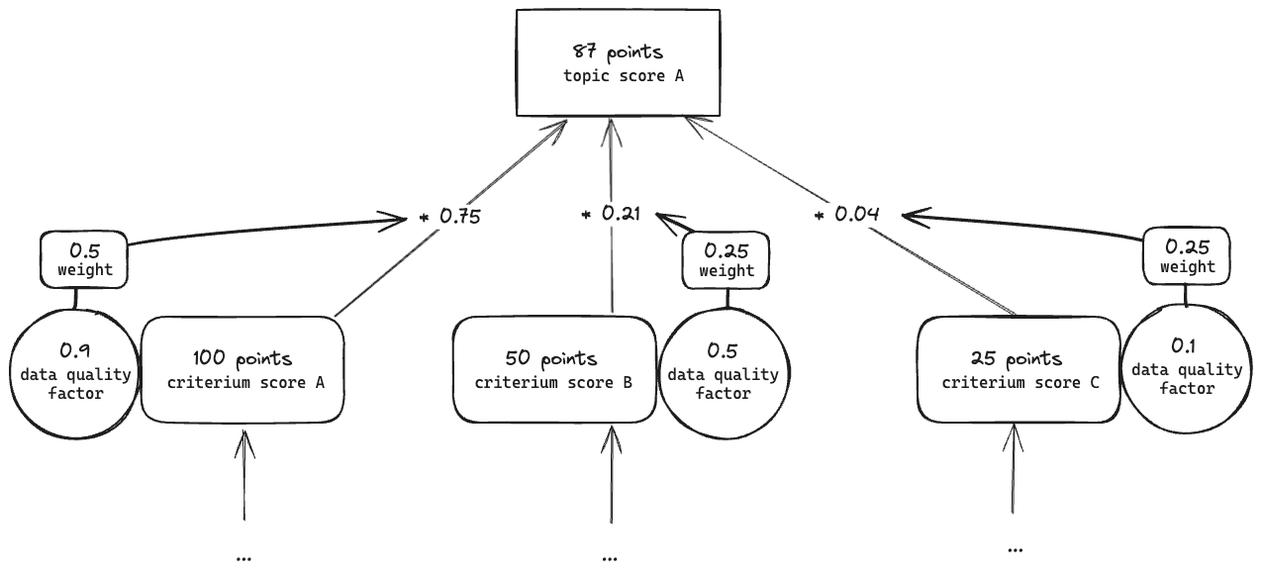
Above: docs/_assets/diagrams/data-quality-factor.excalidraw.png in sozialhelden/a11yscore (Excalidraw), before the change. Source tidied: one line per element, renumbered; positions are measured from the earlier drawing's top-left corner, leaving out a move shared by most shapes.
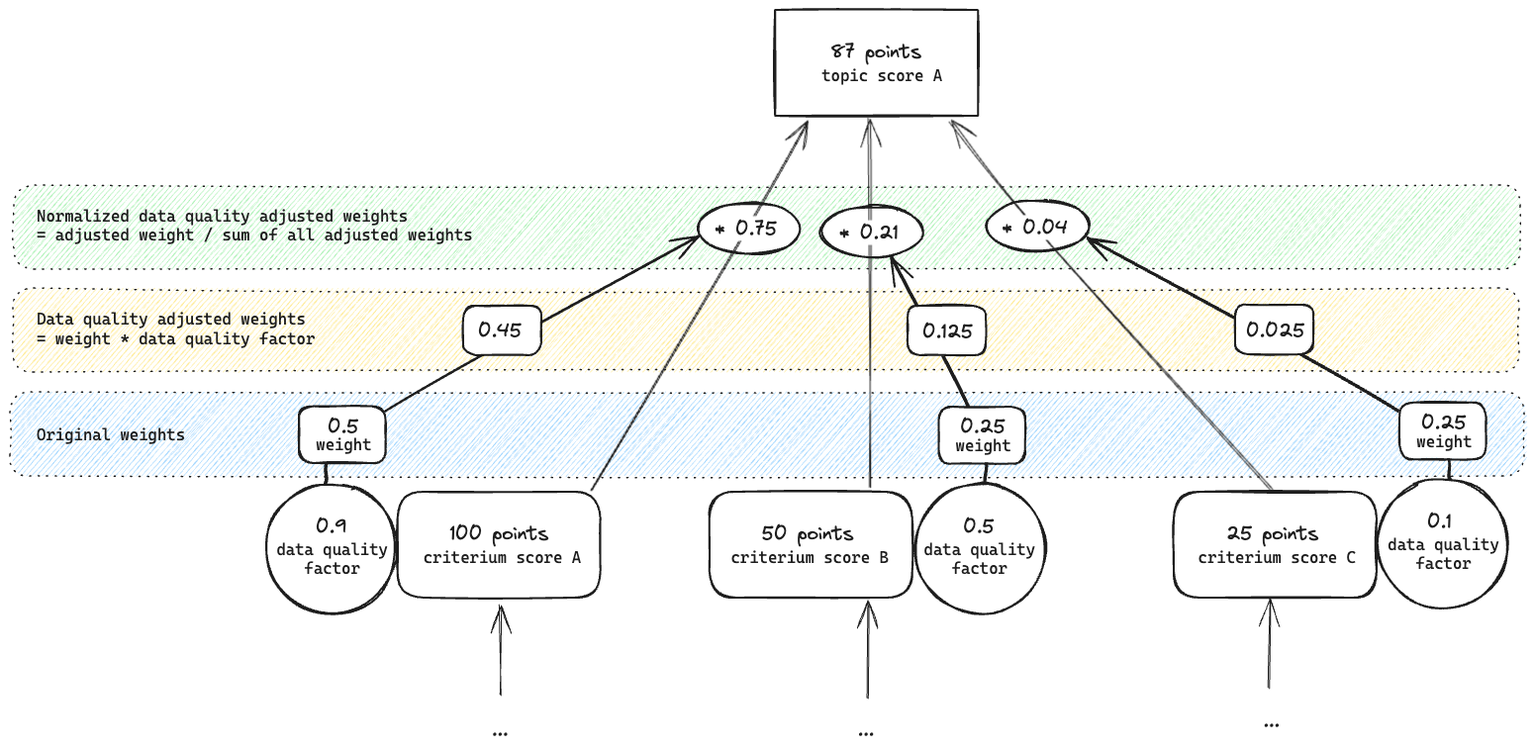
Later version of the same file.

Commit message:
docs: add data quality criterion

Diff of the diagram source:
```diff
@@ -1,3 +1,9 @@
+{"id": 45, "type": "rectangle", "strokeColor": "#1e1e1e", "backgroundColor": "#b2f2bb", "fillStyle": "hachure", "strokeWidth": 1, "strokeStyle": "dotted", "roughness": 1, "round": true, "x": -255, "y": 0, "width": 1522, "height": 85}
+{"id": 46, "type": "rectangle", "strokeColor": "#1e1e1e", "backgroundColor": "#a5d8ff", "fillStyle": "hachure", "strokeWidth": 1, "strokeStyle": "dotted", "roughness": 1, "round": true, "x": -259, "y": 209, "width": 1530, "height": 85}
+{"id": 47, "type": "rectangle", "strokeColor": "#1e1e1e", "backgroundColor": "#ffec99", "fillStyle": "hachure", "strokeWidth": 1, "strokeStyle": "dotted", "roughness": 1, "round": true, "x": -256, "y": 104, "width": 1522, "height": 85}
+{"id": 48, "type": "ellipse", "strokeColor": "#1e1e1e", "backgroundColor": "#ffffff", "fillStyle": "solid", "strokeWidth": 2, "roughness": 1, "round": true, "x": 728, "y": 15, "width": 104, "height": 52}
+{"id": 49, "type": "ellipse", "strokeColor": "#1e1e1e", "backgroundColor": "#ffffff", "fillStyle": "solid", "strokeWidth": 2, "roughness": 1, "round": true, "x": 560, "y": 21, "width": 104, "height": 52}
+{"id": 50, "type": "ellipse", "strokeColor": "#1e1e1e", "backgroundColor": "#ffffff", "fillStyle": "solid", "strokeWidth": 2, "roughness": 1, "round": true, "x": 436, "y": 18, "width": 104, "height": 52}
 {"id": 0, "type": "rectangle", "strokeColor": "#1e1e1e", "strokeWidth": 2, "roughness": 1, "round": true, "x": 133, "y": 310, "width": 205, "height": 107}
 {"id": 1, "type": "text", "text": "100 points", "strokeColor": "#1e1e1e", "strokeWidth": 2, "roughness": 1, "fontSize": 20, "fontFamily": 1, "x": 186, "y": 340, "width": 100, "height": 25}
 {"id": 2, "type": "text", "text": "criterium score A", "strokeColor": "#1e1e1e", "strokeWidth": 2, "roughness": 1, "fontSize": 16, "fontFamily": 3, "x": 159, "y": 366, "width": 159, "height": 19}
@@ -7,14 +13,14 @@
 {"id": 6, "type": "rectangle", "strokeColor": "#1e1e1e", "strokeWidth": 2, "roughness": 1, "round": true, "x": 917, "y": 310, "width": 205, "height": 107}
 {"id": 7, "type": "text", "text": "25 points", "strokeColor": "#1e1e1e", "strokeWidth": 2, "roughness": 1, "fontSize": 20, "fontFamily": 1, "x": 970, "y": 340, "width": 93, "height": 25}
 {"id": 8, "type": "text", "text": "criterium score C", "strokeColor": "#1e1e1e", "strokeWidth": 2, "roughness": 1, "fontSize": 16, "fontFamily": 3, "x": 942, "y": 366, "width": 159, "height": 19}
-{"id": 9, "type": "rectangle", "strokeColor": "#1e1e1e", "strokeWidth": 2, "roughness": 1, "x": 512, "y": 0, "width": 205, "height": 107}
+{"id": 9, "type": "rectangle", "strokeColor": "#1e1e1e", "strokeWidth": 2, "roughness": 1, "x": 514, "y": -177, "width": 205, "height": 107}
-{"id": 10, "type": "text", "text": "87 points", "strokeColor": "#1e1e1e", "strokeWidth": 2, "roughness": 1, "fontSize": 20, "fontFamily": 1, "x": 567, "y": 30, "width": 93, "height": 25}
+{"id": 10, "type": "text", "text": "87 points", "strokeColor": "#1e1e1e", "strokeWidth": 2, "roughness": 1, "fontSize": 20, "fontFamily": 1, "x": 569, "y": -147, "width": 93, "height": 25}
-{"id": 11, "type": "text", "text": "topic score A", "strokeColor": "#1e1e1e", "strokeWidth": 2, "roughness": 1, "fontSize": 16, "fontFamily": 3, "x": 559, "y": 56, "width": 122, "height": 19}
+{"id": 11, "type": "text", "text": "topic score A", "strokeColor": "#1e1e1e", "strokeWidth": 2, "roughness": 1, "fontSize": 16, "fontFamily": 3, "x": 561, "y": -120, "width": 122, "height": 19}
-{"id": 12, "type": "arrow", "strokeColor": "#1e1e1e", "strokeWidth": 1, "roughness": 1, "endArrowhead": "arrow", "round": true, "from": 34, "to": 9, "x": 327, "y": 308, "width": 236, "height": 197, "points": [[0, 0], [236, -197]]}
+{"id": 12, "type": "arrow", "strokeColor": "#1e1e1e", "strokeWidth": 1, "roughness": 1, "endArrowhead": "arrow", "round": true, "from": 0, "to": 9, "x": 327, "y": 307, "width": 219, "height": 372, "points": [[0, 0], [158, -263], [219, -372]]}
-{"id": 13, "type": "text", "text": "* 0.75", "strokeColor": "#1e1e1e", "strokeWidth": 1, "roughness": 1, "fontSize": 20, "fontFamily": 1, "textAlign": "center", "verticalAlign": "middle", "inside": 12, "x": 414, "y": 197, "width": 63, "height": 25}
+{"id": 13, "type": "text", "text": "* 0.75", "strokeColor": "#1e1e1e", "strokeWidth": 1, "roughness": 1, "fontSize": 20, "fontFamily": 1, "textAlign": "center", "verticalAlign": "middle", "inside": 12, "x": 454, "y": 32, "width": 63, "height": 25}
-{"id": 14, "type": "arrow", "strokeColor": "#1e1e1e", "strokeWidth": 1, "roughness": 1, "endArrowhead": "arrow", "round": true, "from": 3, "to": 9, "x": 608, "y": 304, "width": 2, "height": 195, "points": [[0, 0], [-2, -195]]}
+{"id": 14, "type": "arrow", "strokeColor": "#1e1e1e", "strokeWidth": 1, "roughness": 1, "endArrowhead": "arrow", "round": true, "from": 3, "to": 9, "x": 609, "y": 304, "width": 1, "height": 372, "points": [[0, 0], [0, -256], [-1, -372]]}
 {"id": 15, "type": "text", "text": "* 0.21", "strokeColor": "#1e1e1e", "strokeWidth": 1, "roughness": 1, "fontSize": 20, "fontFamily": 1, "textAlign": "center", "verticalAlign": "middle", "inside": 14, "x": 577, "y": 194, "width": 59, "height": 25}
-{"id": 16, "type": "arrow", "strokeColor": "#1e1e1e", "strokeWidth": 1, "roughness": 1, "endArrowhead": "arrow", "round": true, "from": 6, "x": 1013, "y": 309, "width": 335, "height": 203, "points": [[0, 0], [-335, -203]]}
+{"id": 16, "type": "arrow", "strokeColor": "#1e1e1e", "strokeWidth": 1, "roughness": 1, "endArrowhead": "arrow", "round": true, "from": 6, "to": 9, "x": 1014, "y": 309, "width": 325, "height": 374, "points": [[0, 0], [-237, -266], [-325, -374]]}
 {"id": 17, "type": "text", "text": "* 0.04", "strokeColor": "#1e1e1e", "strokeWidth": 1, "roughness": 1, "fontSize": 20, "fontFamily": 1, "textAlign": "center", "verticalAlign": "middle", "inside": 16, "x": 813, "y": 195, "width": 66, "height": 25}
 {"id": 18, "type": "arrow", "strokeColor": "#1e1e1e", "strokeWidth": 1, "roughness": 1, "endArrowhead": "arrow", "round": true, "to": 0, "x": 236, "y": 516, "width": 0, "height": 91, "points": [[0, 0], [0, -91]]}
 {"id": 19, "type": "arrow", "strokeColor": "#1e1e1e", "strokeWidth": 1, "roughness": 1, "endArrowhead": "arrow", "round": true, "to": 3, "x": 608, "y": 518, "width": 2, "height": 97, "points": [[0, 0], [2, -97]]}
@@ -31,15 +37,24 @@
 {"id": 30, "type": "text", "text": "0.1", "strokeColor": "#1e1e1e", "strokeWidth": 2, "roughness": 1, "fontSize": 20, "fontFamily": 1, "x": 1173, "y": 328, "width": 25, "height": 25}
 {"id": 31, "type": "text", "text": "data quality\nfactor", "strokeColor": "#1e1e1e", "strokeWidth": 2, "roughness": 1, "fontSize": 16, "fontFamily": 3, "textAlign": "center", "x": 1133, "y": 354, "width": 112, "height": 38}
 {"id": 32, "type": "ellipse", "strokeColor": "#1e1e1e", "strokeWidth": 2, "roughness": 1, "round": true, "x": 1123, "y": 297, "width": 132, "height": 132}
-{"id": 33, "type": "arrow", "strokeColor": "#1e1e1e", "backgroundColor": "#ffffff", "fillStyle": "solid", "strokeWidth": 2, "roughness": 1, "endArrowhead": "arrow", "round": true, "x": 66, "y": 302, "width": 335, "height": 91, "points": [[0, 0], [44, -61], [335, -91]]}
+{"id": 33, "type": "arrow", "strokeColor": "#1e1e1e", "backgroundColor": "#ffffff", "fillStyle": "solid", "strokeWidth": 2, "roughness": 1, "endArrowhead": "arrow", "round": true, "from": 25, "to": 50, "x": 61, "y": 301, "width": 377, "height": 250, "points": [[0, 0], [44, -61], [377, -250]]}
-{"id": 34, "type": "rectangle", "strokeColor": "#1e1e1e", "backgroundColor": "#ffffff", "fillStyle": "solid", "strokeWidth": 2, "roughness": 1, "round": true, "x": 31, "y": 224, "width": 87, "height": 58}
+{"id": 34, "type": "rectangle", "strokeColor": "#1e1e1e", "backgroundColor": "#ffffff", "fillStyle": "solid", "strokeWidth": 2, "roughness": 1, "round": true, "x": 33, "y": 224, "width": 87, "height": 58}
-{"id": 35, "type": "text", "text": "0.5", "strokeColor": "#1e1e1e", "strokeWidth": 2, "roughness": 1, "fontSize": 20, "fontFamily": 1, "textAlign": "center", "x": 60, "y": 232, "width": 32, "height": 25}
+{"id": 35, "type": "text", "text": "0.5", "strokeColor": "#1e1e1e", "strokeWidth": 2, "roughness": 1, "fontSize": 20, "fontFamily": 1, "textAlign": "center", "x": 62, "y": 232, "width": 32, "height": 25}
-{"id": 36, "type": "text", "text": "weight", "strokeColor": "#1e1e1e", "strokeWidth": 2, "roughness": 1, "fontSize": 16, "fontFamily": 3, "textAlign": "center", "x": 48, "y": 253, "width": 56, "height": 19}
+{"id": 36, "type": "text", "text": "weight", "strokeColor": "#1e1e1e", "strokeWidth": 2, "roughness": 1, "fontSize": 16, "fontFamily": 3, "textAlign": "center", "x": 50, "y": 253, "width": 56, "height": 19}
-{"id": 37, "type": "arrow", "strokeColor": "#1e1e1e", "backgroundColor": "#ffffff", "fillStyle": "solid", "strokeWidth": 2, "roughness": 1, "endArrowhead": "arrow", "round": true, "x": 1189, "y": 300, "width": 289, "height": 92, "points": [[0, 0], [-36, -64], [-289, -92]]}
+{"id": 37, "type": "arrow", "strokeColor": "#1e1e1e", "backgroundColor": "#ffffff", "fillStyle": "solid", "strokeWidth": 2, "roughness": 1, "endArrowhead": "arrow", "round": true, "from": 46, "to": 48, "x": 1197, "y": 297, "width": 368, "height": 244, "points": [[0, 0], [-44, -63], [-368, -244]]}
 {"id": 38, "type": "rectangle", "strokeColor": "#1e1e1e", "backgroundColor": "#ffffff", "fillStyle": "solid", "strokeWidth": 2, "roughness": 1, "round": true, "x": 1145, "y": 220, "width": 87, "height": 58}
 {"id": 39, "type": "text", "text": "0.25", "strokeColor": "#1e1e1e", "strokeWidth": 2, "roughness": 1, "fontSize": 20, "fontFamily": 1, "textAlign": "center", "x": 1167, "y": 228, "width": 46, "height": 25}
 {"id": 40, "type": "text", "text": "weight", "strokeColor": "#1e1e1e", "strokeWidth": 2, "roughness": 1, "fontSize": 16, "fontFamily": 3, "textAlign": "center", "x": 1162, "y": 250, "width": 56, "height": 19}
-{"id": 41, "type": "arrow", "strokeColor": "#1e1e1e", "backgroundColor": "#ffffff", "fillStyle": "solid", "strokeWidth": 2, "roughness": 1, "endArrowhead": "arrow", "round": true, "from": 28, "x": 726, "y": 301, "width": 71, "height": 95, "points": [[0, 0], [-8, -58], [-71, -95]]}
+{"id": 41, "type": "arrow", "strokeColor": "#1e1e1e", "backgroundColor": "#ffffff", "fillStyle": "solid", "strokeWidth": 2, "roughness": 1, "endArrowhead": "arrow", "round": true, "from": 28, "to": 49, "x": 727, "y": 301, "width": 94, "height": 228, "points": [[0, 0], [-8, -58], [-94, -228]]}
 {"id": 42, "type": "rectangle", "strokeColor": "#1e1e1e", "backgroundColor": "#ffffff", "fillStyle": "solid", "strokeWidth": 2, "roughness": 1, "round": true, "x": 679, "y": 224, "width": 87, "height": 58}
 {"id": 43, "type": "text", "text": "0.25", "strokeColor": "#1e1e1e", "strokeWidth": 2, "roughness": 1, "fontSize": 20, "fontFamily": 1, "textAlign": "center", "x": 701, "y": 232, "width": 46, "height": 25}
 {"id": 44, "type": "text", "text": "weight", "strokeColor": "#1e1e1e", "strokeWidth": 2, "roughness": 1, "fontSize": 16, "fontFamily": 3, "textAlign": "center", "x": 697, "y": 254, "width": 56, "height": 19}
+{"id": 51, "type": "text", "text": "Data quality adjusted weights\n= weight * data quality factor", "strokeColor": "#1e1e1e", "strokeWidth": 2, "roughness": 1, "fontSize": 16, "fontFamily": 3, "x": -232, "y": 126, "width": 281, "height": 38}
+{"id": 52, "type": "text", "text": "Normalized data quality adjusted weights\n= adjusted weight / sum of all adjusted weights ", "strokeColor": "#1e1e1e", "strokeWidth": 2, "roughness": 1, "fontSize": 16, "fontFamily": 3, "x": -232, "y": 22, "width": 450, "height": 38}
+{"id": 53, "type": "rectangle", "strokeColor": "#1e1e1e", "backgroundColor": "#ffffff", "fillStyle": "solid", "strokeWidth": 2, "roughness": 1, "round": true, "x": 199, "y": 122, "width": 79, "height": 50}
+{"id": 54, "type": "text", "text": "0.45", "strokeColor": "#1e1e1e", "backgroundColor": "#ffffff", "fillStyle": "solid", "strokeWidth": 2, "roughness": 1, "fontSize": 20, "fontFamily": 1, "x": 214, "y": 135, "width": 44, "height": 25}
+{"id": 55, "type": "rectangle", "strokeColor": "#1e1e1e", "backgroundColor": "#ffffff", "fillStyle": "solid", "strokeWidth": 2, "roughness": 1, "round": true, "x": 648, "y": 122, "width": 79, "height": 50}
+{"id": 56, "type": "text", "text": "0.125", "strokeColor": "#1e1e1e", "strokeWidth": 2, "roughness": 1, "fontSize": 20, "fontFamily": 1, "x": 663, "y": 136, "width": 51, "height": 25}
+{"id": 57, "type": "rectangle", "strokeColor": "#1e1e1e", "backgroundColor": "#ffffff", "fillStyle": "solid", "strokeWidth": 2, "roughness": 1, "round": true, "x": 979, "y": 121, "width": 79, "height": 50}
+{"id": 58, "type": "text", "text": "0.025", "strokeColor": "#1e1e1e", "strokeWidth": 2, "roughness": 1, "fontSize": 20, "fontFamily": 1, "x": 990, "y": 135, "width": 60, "height": 25}
+{"id": 59, "type": "text", "text": "Original weights", "strokeColor": "#1e1e1e", "strokeWidth": 2, "roughness": 1, "fontSize": 16, "fontFamily": 3, "x": -232, "y": 242, "width": 150, "height": 19}
```
